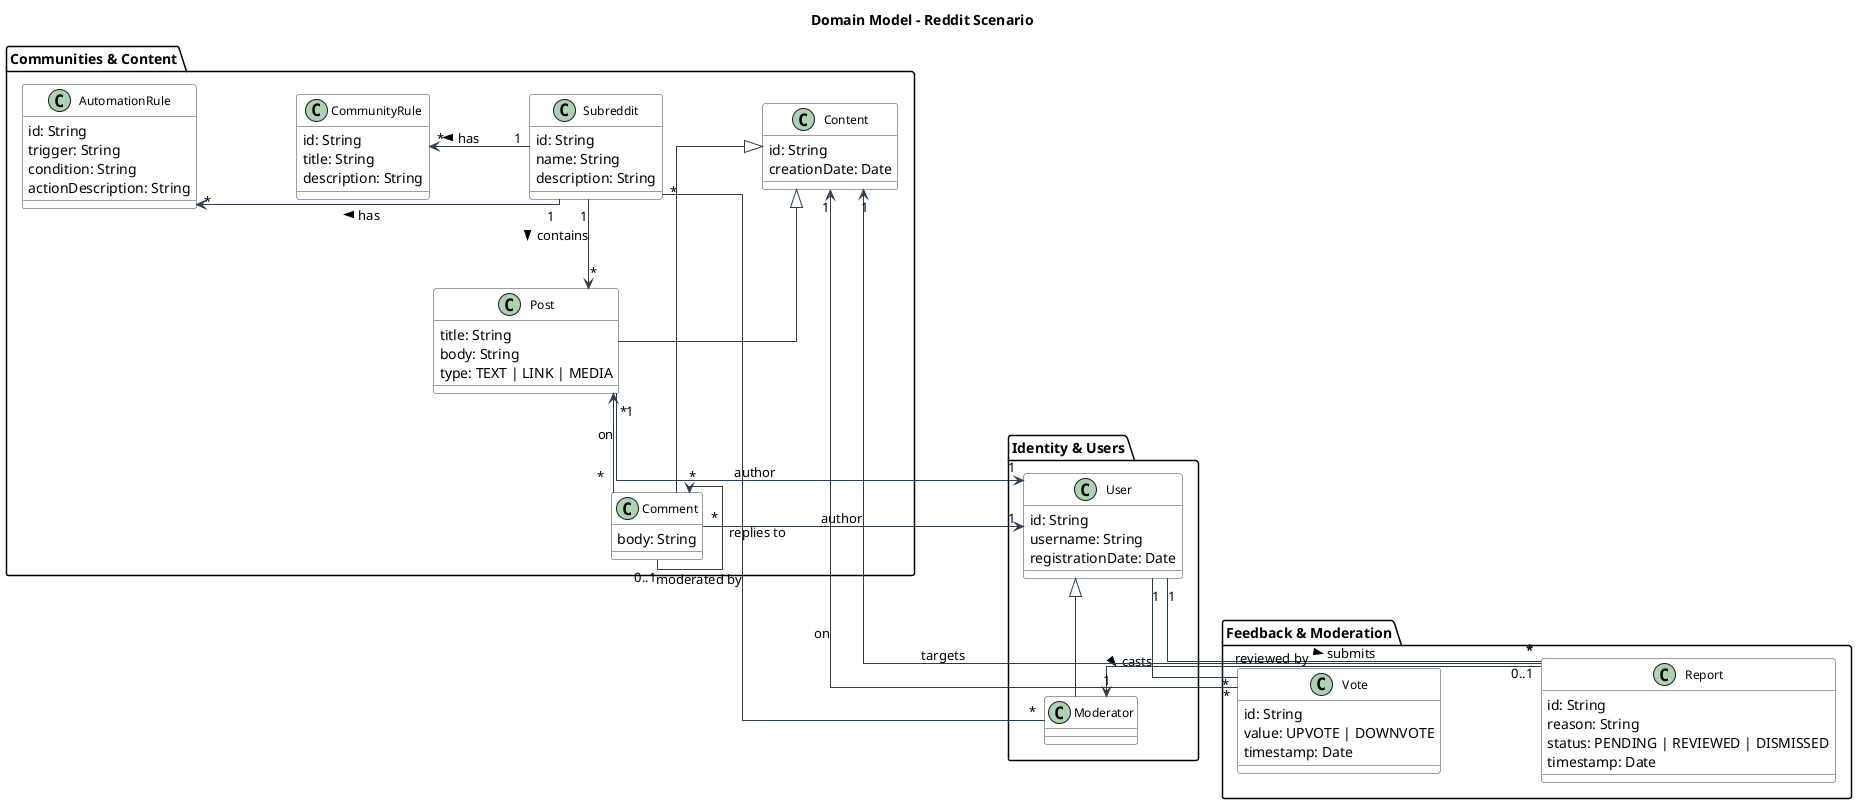
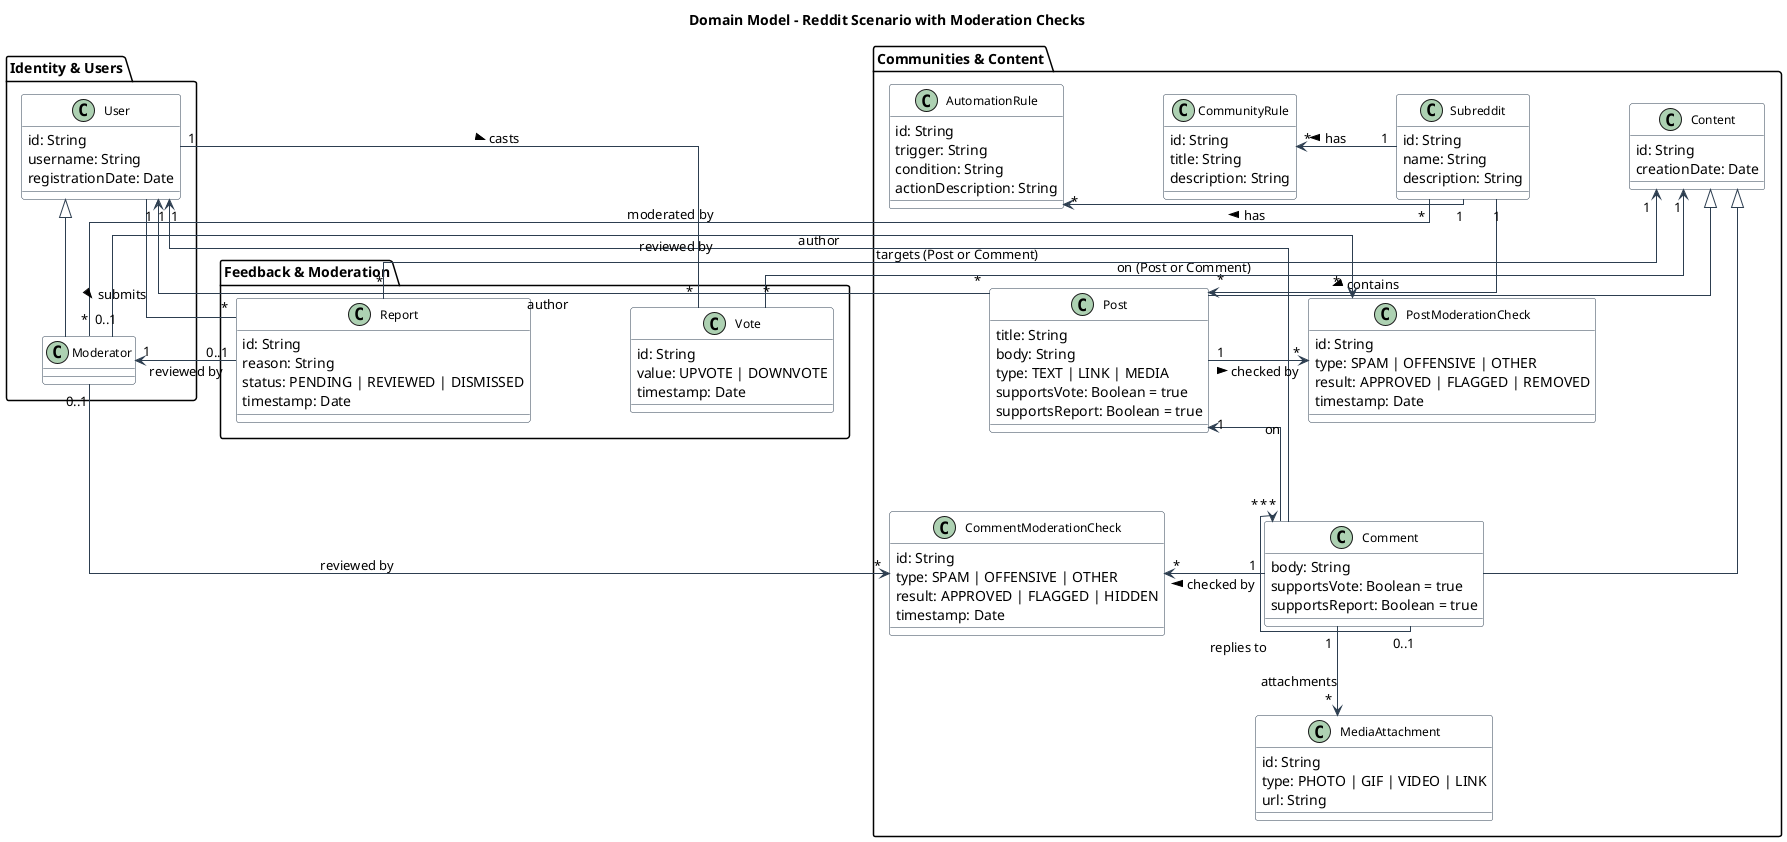
@startuml
skinparam linetype ortho
skinparam nodesep 100
skinparam ranksep 80
skinparam roundCorner 5
skinparam shadowing false
skinparam classAttributeIconSize 0

- ' Estilo Neutro e Profissional
+ ' Neutral and professional style
skinparam class {
    BackgroundColor White
    BorderColor #2D3E50
    ArrowColor #2D3E50
    FontSize 12
}

- title Domain Model – Reddit Scenario
+ title Domain Model – Reddit Scenario with Moderation Checks

package "Identity & Users" {
    class User {
        id: String
        username: String
        registrationDate: Date
    }
    class Moderator
}

package "Communities & Content" {
    class Subreddit {
        id: String
        name: String
        description: String
    }
+ 
    class Content {
        id: String
        creationDate: Date
    }
+ 
    class Post {
        title: String
        body: String
        type: TEXT | LINK | MEDIA
+         supportsVote: Boolean = true
+         supportsReport: Boolean = true
    }
+ 
    class Comment {
        body: String
+         supportsVote: Boolean = true
+         supportsReport: Boolean = true
    }
+ 
+     class MediaAttachment {
+         id: String
+         type: PHOTO | GIF | VIDEO | LINK
+         url: String
+     }
+ 
    class AutomationRule {
        id: String
        trigger: String
        condition: String
        actionDescription: String
    }
+ 
    class CommunityRule {
        id: String
        title: String
        description: String
+     }
+ 
+     ' Moderation checks
+     class PostModerationCheck {
+         id: String
+         type: SPAM | OFFENSIVE | OTHER
+         result: APPROVED | FLAGGED | REMOVED
+         timestamp: Date
+     }
+ 
+     class CommentModerationCheck {
+         id: String
+         type: SPAM | OFFENSIVE | OTHER
+         result: APPROVED | FLAGGED | HIDDEN
+         timestamp: Date
    }
}

package "Feedback & Moderation" {
    class Vote {
        id: String
        value: UPVOTE | DOWNVOTE
        timestamp: Date
    }
+ 
    class Report {
        id: String
        reason: String
        status: PENDING | REVIEWED | DISMISSED
        timestamp: Date
    }
}

- ' --- Posicionamento e Hierarquia ---
+ ' --- Positioning and Hierarchy ---

- ' Herança (Topo)
+ ' Inheritance
User <|-- Moderator
Content <|-- Post
Content <|-- Comment

- ' Estrutura de Comunidade (Esquerda)
+ ' Community structure
Subreddit "1" -down-> "*" Post : contains >
Subreddit "1" -left-> "*" AutomationRule : has >
Subreddit "1" -left-> "*" CommunityRule : has >
Subreddit "*" -right- "*" Moderator : moderated by

- ' Autoria (Centro)
+ ' Authorship
Post "*" -right-> "1" User : author
Comment "*" -right-> "1" User : author
Comment "*" -up-> "1" Post : on
Comment "0..1" -left-> "*" Comment : replies to

- ' Ações e Feedback (Direita/Baixo)
+ ' Media in comments
+ Comment "1" -down-> "*" MediaAttachment : attachments
+ 
+ ' Feedback actions
User "1" -- "*" Vote : casts >
- Vote "*" -up-> "1" Content : on
+ Vote "*" -up-> "1" Content : on (Post or Comment)

User "1" -- "*" Report : submits >
- Report "*" -up-> "1" Content : targets
+ Report "*" -up-> "1" Content : targets (Post or Comment)
Report "0..1" -left-> "1" Moderator : reviewed by

+ ' Moderation checks
+ Post "1" -right-> "*" PostModerationCheck : checked by >
+ Comment "1" -right-> "*" CommentModerationCheck : checked by >
+ Moderator "0..1" --> "*" PostModerationCheck : reviewed by
+ Moderator "0..1" --> "*" CommentModerationCheck : reviewed by
+ 
@enduml